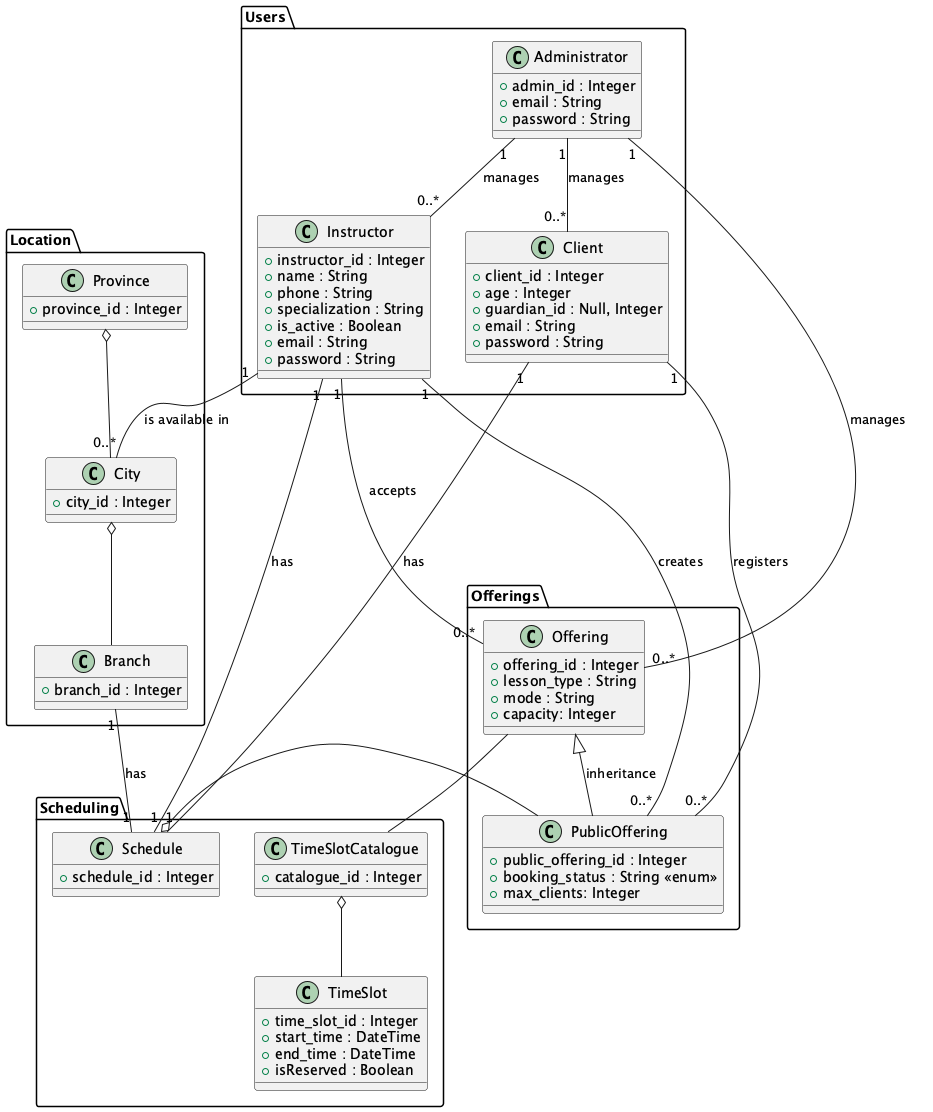
Earlier version of the PlantUML export UML-Diagrams/Package-Diagram.png (vibqetowi/soen-342-project).
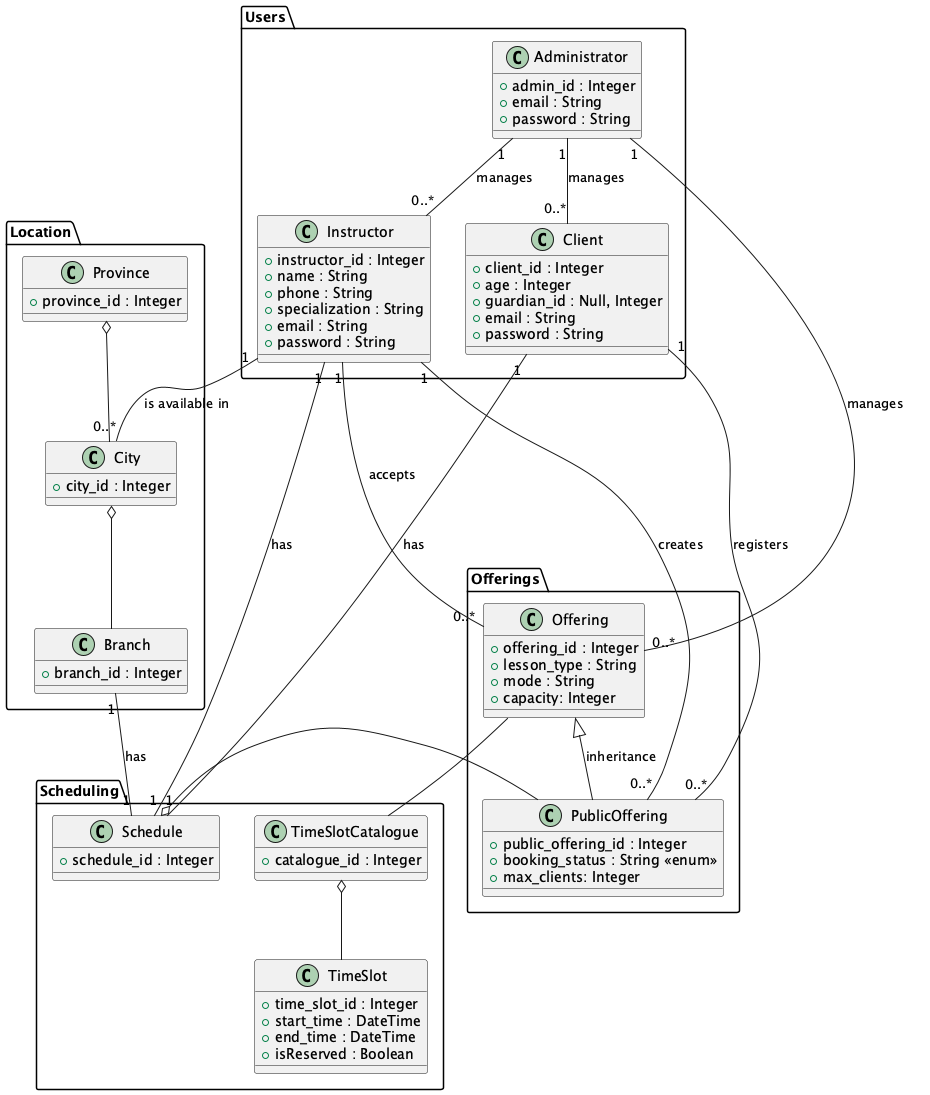
Above is the later version.

Diff of the diagram source:
```diff
@@ -36,7 +36,6 @@
         +name : String
         +phone : String
         +specialization : String
-        +is_active : Boolean
         +email : String
         +password : String
     }
```
